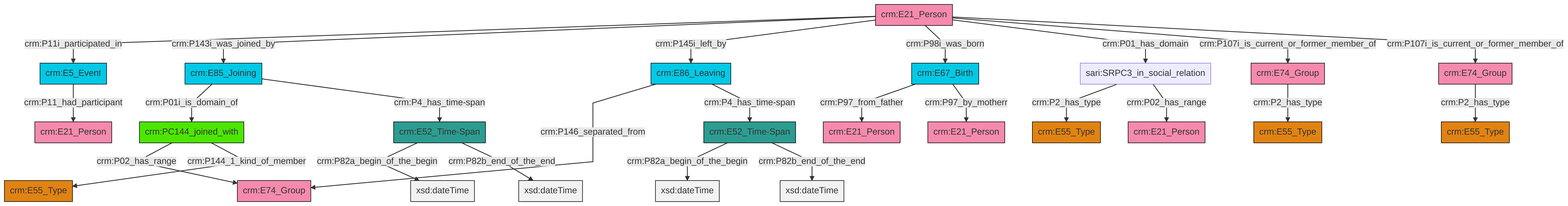
swiss-art-research-net/reference-data-models keeps this Mermaid diagram as et/personCSV/ttl/mmd/png/Person_Actor_Relations.png. Above is the earlier version. Its source is kept beside it as et/personCSV/ttl/mmd/Person_Actor_Relations.ttl.mmd.
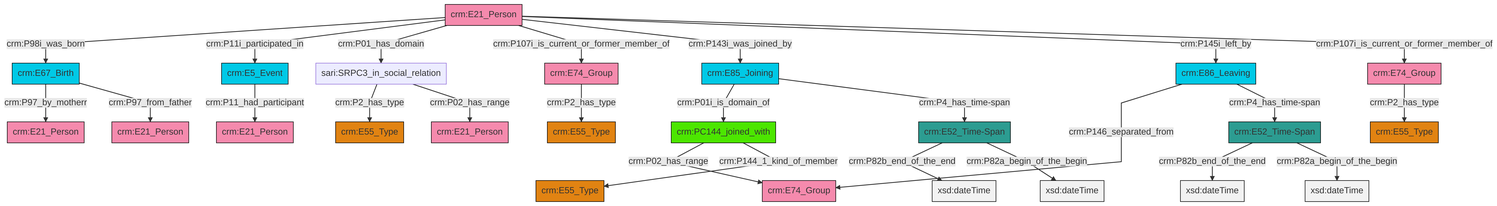
After the commit.

Diff of the diagram source:
```diff
@@ -13,27 +13,27 @@
 classDef PC_Classes fill:#4ce600, stroke:#000000;
 classDef Multi fill:#cccccc,stroke:#000000;
 
-0["crm:E86_Leaving"]:::Temporal_Entity -->|crm:P146_separated_from| 1["crm:E74_Group"]:::Actor
-7["crm:E21_Person"]:::Actor -->|crm:P11i_participated_in| 8["crm:E5_Event"]:::Temporal_Entity
-15["crm:E52_Time-Span"]:::Time-Span -->|crm:P82a_begin_of_the_begin| 16[xsd:dateTime]:::Literal
-19["crm:E67_Birth"]:::Temporal_Entity -->|crm:P97_from_father| 20["crm:E21_Person"]:::Actor
-7["crm:E21_Person"]:::Actor -->|crm:P143i_was_joined_by| 23["crm:E85_Joining"]:::Temporal_Entity
-17["crm:E74_Group"]:::Actor -->|crm:P2_has_type| 2["crm:E55_Type"]:::Type
-19["crm:E67_Birth"]:::Temporal_Entity -->|crm:P97_by_motherr| 9["crm:E21_Person"]:::Actor
-15["crm:E52_Time-Span"]:::Time-Span -->|crm:P82b_end_of_the_end| 27[xsd:dateTime]:::Literal
-30["crm:E52_Time-Span"]:::Time-Span -->|crm:P82a_begin_of_the_begin| 31[xsd:dateTime]:::Literal
-7["crm:E21_Person"]:::Actor -->|crm:P145i_left_by| 0["crm:E86_Leaving"]:::Temporal_Entity
-23["crm:E85_Joining"]:::Temporal_Entity -->|crm:P01i_is_domain_of| 21["crm:PC144_joined_with"]:::PC_Classes
-21["crm:PC144_joined_with"]:::PC_Classes -->|crm:P02_has_range| 1["crm:E74_Group"]:::Actor
-35["sari:SRPC3_in_social_relation"]:::Default -->|crm:P2_has_type| 11["crm:E55_Type"]:::Type
-7["crm:E21_Person"]:::Actor -->|crm:P98i_was_born| 19["crm:E67_Birth"]:::Temporal_Entity
-21["crm:PC144_joined_with"]:::PC_Classes -->|crm:P144_1_kind_of_member| 13["crm:E55_Type"]:::Type
-30["crm:E52_Time-Span"]:::Time-Span -->|crm:P82b_end_of_the_end| 37[xsd:dateTime]:::Literal
-23["crm:E85_Joining"]:::Temporal_Entity -->|crm:P4_has_time-span| 15["crm:E52_Time-Span"]:::Time-Span
-0["crm:E86_Leaving"]:::Temporal_Entity -->|crm:P4_has_time-span| 30["crm:E52_Time-Span"]:::Time-Span
-7["crm:E21_Person"]:::Actor -->|crm:P01_has_domain| 35["sari:SRPC3_in_social_relation"]:::Default
-35["sari:SRPC3_in_social_relation"]:::Default -->|crm:P02_has_range| 38["crm:E21_Person"]:::Actor
-7["crm:E21_Person"]:::Actor -->|crm:P107i_is_current_or_former_member_of| 17["crm:E74_Group"]:::Actor
-8["crm:E5_Event"]:::Temporal_Entity -->|crm:P11_had_participant| 25["crm:E21_Person"]:::Actor
-7["crm:E21_Person"]:::Actor -->|crm:P107i_is_current_or_former_member_of| 43["crm:E74_Group"]:::Actor
-43["crm:E74_Group"]:::Actor -->|crm:P2_has_type| 5["crm:E55_Type"]:::Type
+0["crm:PC144_joined_with"]:::PC_Classes -->|crm:P02_has_range| 1["crm:E74_Group"]:::Actor
+2["sari:SRPC3_in_social_relation"]:::Default -->|crm:P2_has_type| 3["crm:E55_Type"]:::Type
+8["crm:E21_Person"]:::Actor -->|crm:P98i_was_born| 9["crm:E67_Birth"]:::Temporal_Entity
+10["crm:E52_Time-Span"]:::Time-Span -->|crm:P82b_end_of_the_end| 11[xsd:dateTime]:::Literal
+10["crm:E52_Time-Span"]:::Time-Span -->|crm:P82a_begin_of_the_begin| 12[xsd:dateTime]:::Literal
+8["crm:E21_Person"]:::Actor -->|crm:P11i_participated_in| 14["crm:E5_Event"]:::Temporal_Entity
+4["crm:E74_Group"]:::Actor -->|crm:P2_has_type| 15["crm:E55_Type"]:::Type
+16["crm:E52_Time-Span"]:::Time-Span -->|crm:P82b_end_of_the_end| 17[xsd:dateTime]:::Literal
+8["crm:E21_Person"]:::Actor -->|crm:P01_has_domain| 2["sari:SRPC3_in_social_relation"]:::Default
+8["crm:E21_Person"]:::Actor -->|crm:P107i_is_current_or_former_member_of| 4["crm:E74_Group"]:::Actor
+22["crm:E86_Leaving"]:::Temporal_Entity -->|crm:P146_separated_from| 1["crm:E74_Group"]:::Actor
+0["crm:PC144_joined_with"]:::PC_Classes -->|crm:P144_1_kind_of_member| 23["crm:E55_Type"]:::Type
+8["crm:E21_Person"]:::Actor -->|crm:P143i_was_joined_by| 24["crm:E85_Joining"]:::Temporal_Entity
+25["crm:E74_Group"]:::Actor -->|crm:P2_has_type| 6["crm:E55_Type"]:::Type
+14["crm:E5_Event"]:::Temporal_Entity -->|crm:P11_had_participant| 28["crm:E21_Person"]:::Actor
+16["crm:E52_Time-Span"]:::Time-Span -->|crm:P82a_begin_of_the_begin| 29[xsd:dateTime]:::Literal
+24["crm:E85_Joining"]:::Temporal_Entity -->|crm:P01i_is_domain_of| 0["crm:PC144_joined_with"]:::PC_Classes
+9["crm:E67_Birth"]:::Temporal_Entity -->|crm:P97_by_motherr| 31["crm:E21_Person"]:::Actor
+2["sari:SRPC3_in_social_relation"]:::Default -->|crm:P02_has_range| 33["crm:E21_Person"]:::Actor
+9["crm:E67_Birth"]:::Temporal_Entity -->|crm:P97_from_father| 19["crm:E21_Person"]:::Actor
+24["crm:E85_Joining"]:::Temporal_Entity -->|crm:P4_has_time-span| 16["crm:E52_Time-Span"]:::Time-Span
+22["crm:E86_Leaving"]:::Temporal_Entity -->|crm:P4_has_time-span| 10["crm:E52_Time-Span"]:::Time-Span
+8["crm:E21_Person"]:::Actor -->|crm:P145i_left_by| 22["crm:E86_Leaving"]:::Temporal_Entity
+8["crm:E21_Person"]:::Actor -->|crm:P107i_is_current_or_former_member_of| 25["crm:E74_Group"]:::Actor
```
